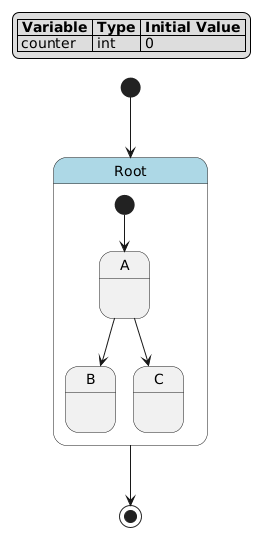
Earlier version of the PlantUML export docs/source/tutorials/simulation/example6_transition_priority.full.fcstm.puml.png (HansBug/pyfcstm). Source of this version:
```plantuml
@startuml
hide empty description

skinparam state {
  BackgroundColor<<pseudo>> LightGray
  BackgroundColor<<composite>> LightBlue
  BorderColor<<pseudo>> Gray
  FontStyle<<pseudo>> italic
}

legend top left
|= Variable |= Type |= Initial Value |
| counter | int | 0 |
endlegend

state "Root" as root <<composite>> {
    state "A" as root__a
    root__a : during {\n    counter = counter + 1;\n}
    state "B" as root__b
    root__b : during {\n    counter = counter + 10;\n}
    state "C" as root__c
    root__c : during {\n    counter = counter + 100;\n}
    [*] --> root__a
    root__a --> root__b : counter >= 5
    root__a --> root__c : counter >= 3
}
[*] --> root
root --> [*]
@enduml
```
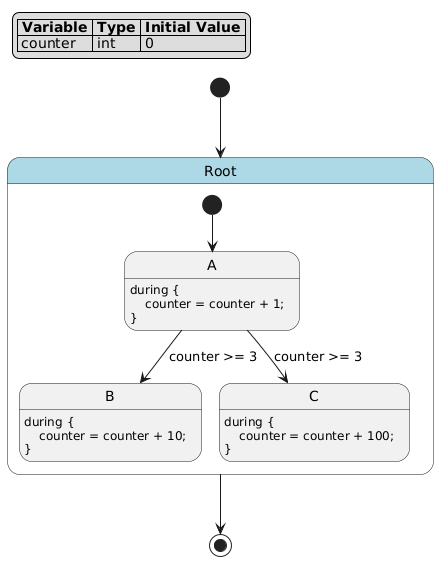
Above is the later version.

What changed in the source:
```diff
@@ -21,7 +21,7 @@
     state "C" as root__c
     root__c : during {\n    counter = counter + 100;\n}
     [*] --> root__a
-    root__a --> root__b : counter >= 5
+    root__a --> root__b : counter >= 3
     root__a --> root__c : counter >= 3
 }
 [*] --> root
```
